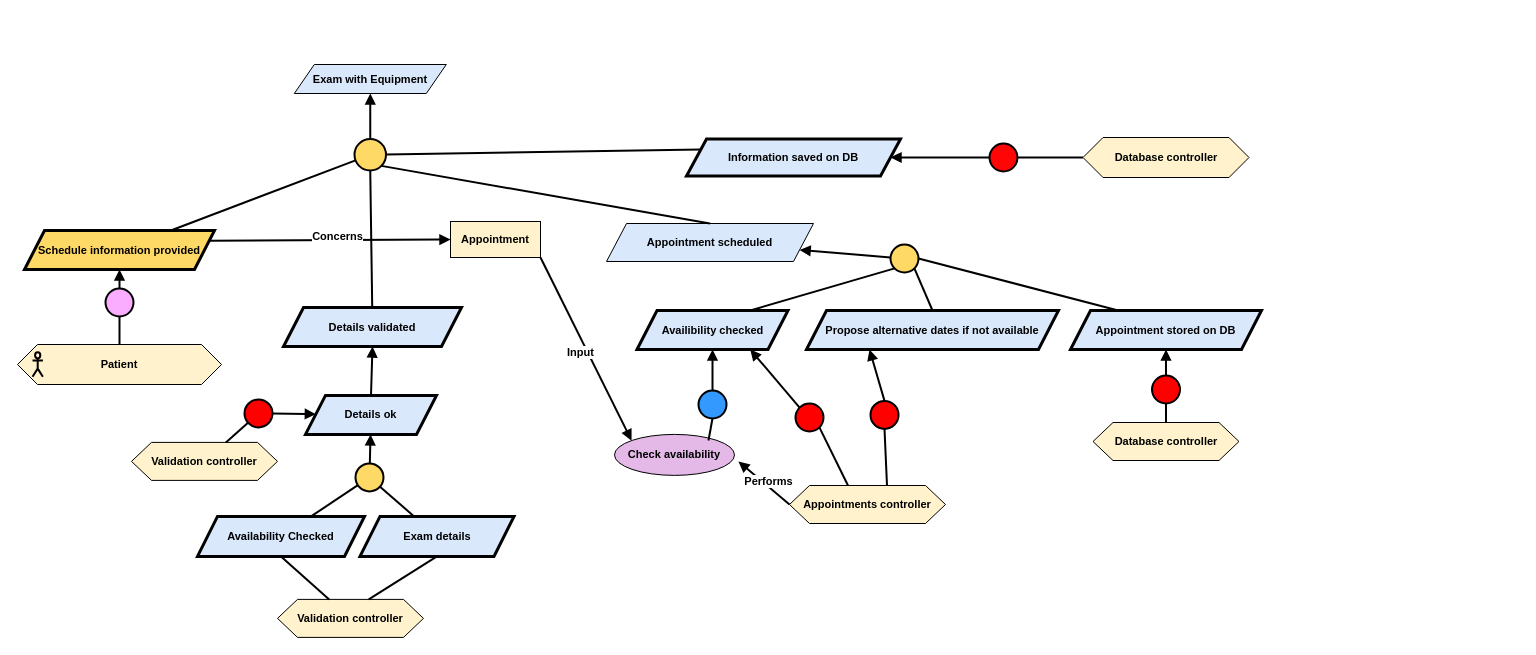
RafaelCMira/myclinic-msp-project keeps this draw.io diagram as Kaos/KAOS 4.drawio. Above is the earlier version. Source tidied: cells renumbered, new cells numbered last; positions are measured from the earlier drawing's top-left corner, leaving out a move shared by most shapes. Both pictures are drawn from the tidied source at 100%, with x=0, y=0 at pixel (17, 64).
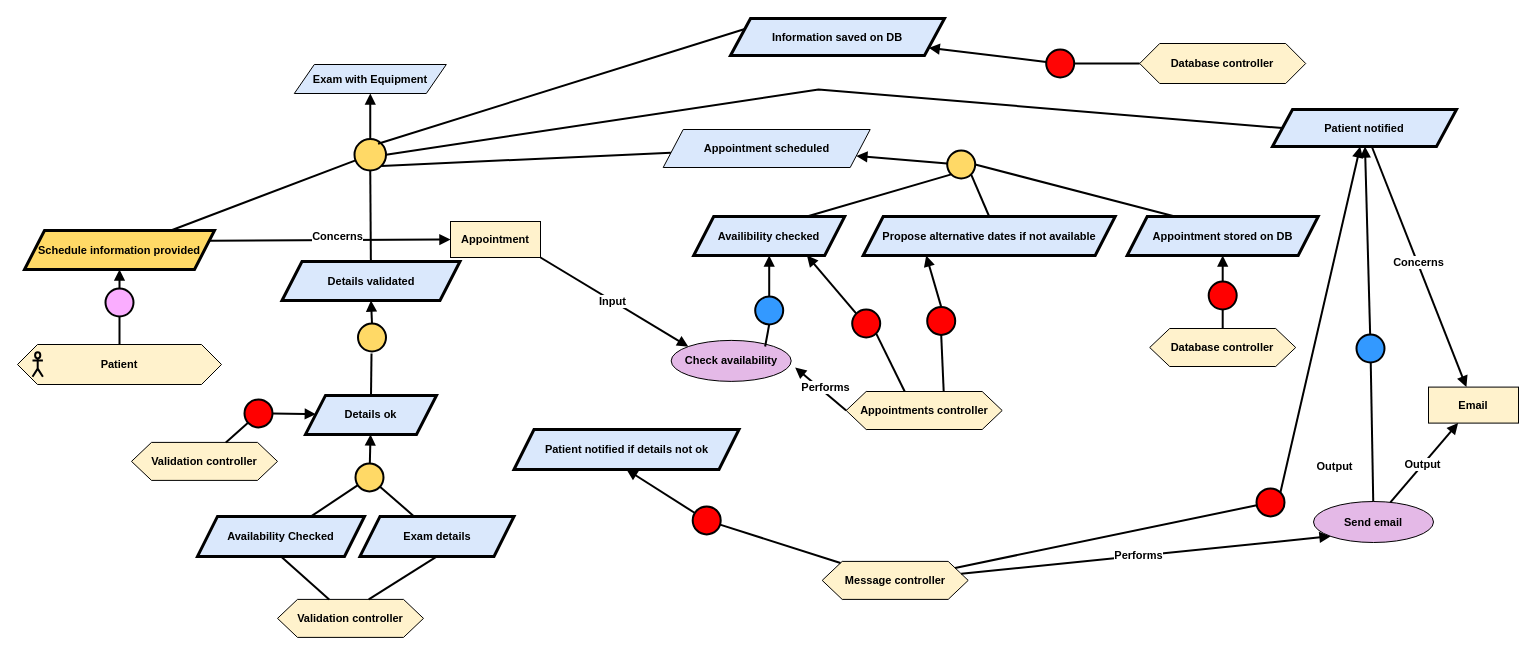
The same diagram, later.

Commit message:
Forgot something on KAOS 4

Unchanged cells that the change refers to:
```xml
<mxCell id="12" style="ellipse;whiteSpace=wrap;html=1;fillColor=#FFD966;strokeWidth=2;" parent="1" vertex="1">
  <mxGeometry x="337" y="74.5" width="31.5" height="31.5" as="geometry" />
</mxCell>
<mxCell id="23" value="&lt;b&gt;Details ok&lt;/b&gt;" style="shape=parallelogram;perimeter=parallelogramPerimeter;whiteSpace=wrap;html=1;fixedSize=1;fillColor=#dae8fc;strokeColor=#000000;strokeWidth=3;fontFamily=Helvetica;fontSize=11;fontColor=default;labelBackgroundColor=none;" parent="1" vertex="1">
  <mxGeometry x="288" y="330.9" width="131" height="39" as="geometry" />
</mxCell>
```

What changed in the source:
```diff
@@
     <mxCell id="5" value="&lt;b&gt;Details validated&lt;/b&gt;" style="shape=parallelogram;perimeter=parallelogramPerimeter;whiteSpace=wrap;html=1;fixedSize=1;fillColor=#dae8fc;strokeColor=#000000;strokeWidth=3;fontFamily=Helvetica;fontSize=11;fontColor=default;labelBackgroundColor=none;" parent="1" vertex="1">
-      <mxGeometry x="266" y="243" width="178" height="39" as="geometry" />
+      <mxGeometry x="264.5" y="197" width="178" height="39" as="geometry" />
     </mxCell>
@@
     <mxCell id="16" value="&lt;b&gt;Information saved on DB&lt;/b&gt;" style="shape=parallelogram;perimeter=parallelogramPerimeter;whiteSpace=wrap;html=1;fixedSize=1;fillColor=#dae8fc;strokeColor=#000000;strokeWidth=3;fontFamily=Helvetica;fontSize=11;fontColor=default;labelBackgroundColor=none;" parent="1" vertex="1">
-      <mxGeometry x="669" y="74.5" width="214" height="37" as="geometry" />
+      <mxGeometry x="713" y="-46" width="214" height="37" as="geometry" />
     </mxCell>
-    <mxCell id="17" style="endArrow=none;html=1;rounded=0;strokeWidth=2;exitX=0;exitY=0.25;exitDx=0;exitDy=0;" parent="1" edge="1" source="16" target="12">
+    <mxCell id="17" style="endArrow=none;html=1;rounded=0;strokeWidth=2;exitX=0;exitY=0.25;exitDx=0;exitDy=0;entryX=0.748;entryY=0.15;entryDx=0;entryDy=0;entryPerimeter=0;" parent="1" edge="1" source="16" target="12">
       <mxGeometry relative="1" as="geometry" />
     </mxCell>
     <mxCell id="18" value="&lt;div&gt;&lt;b&gt;Database controller&lt;/b&gt;&lt;/div&gt;" style="shape=hexagon;perimeter=hexagonPerimeter2;whiteSpace=wrap;html=1;fixedSize=1;fillColor=#FFF2CC;fontFamily=Helvetica;fontSize=11;fontColor=default;labelBackgroundColor=none;" parent="1" vertex="1">
-      <mxGeometry x="1065.5" y="73" width="166" height="40" as="geometry" />
+      <mxGeometry x="1122.2" y="-21" width="166" height="40" as="geometry" />
     </mxCell>
     <mxCell id="19" style="ellipse;whiteSpace=wrap;html=1;fillColor=#FF0505;strokeWidth=2;fontFamily=Helvetica;fontSize=11;fontColor=default;labelBackgroundColor=default;" parent="1" vertex="1">
-      <mxGeometry x="972" y="79" width="28" height="28" as="geometry" />
+      <mxGeometry x="1028.7" y="-15" width="28" height="28" as="geometry" />
     </mxCell>
@@
-    <mxCell id="22" style="endArrow=block;html=1;rounded=0;endFill=1;strokeWidth=2;entryX=0.5;entryY=1;entryDx=0;entryDy=0;exitX=0.5;exitY=0;exitDx=0;exitDy=0;" parent="1" edge="1" source="23" target="5">
+    <mxCell id="22" style="endArrow=block;html=1;rounded=0;endFill=1;strokeWidth=2;entryX=0.5;entryY=1;entryDx=0;entryDy=0;exitX=0.5;exitY=0;exitDx=0;exitDy=0;" parent="1" edge="1" source="68" target="5">
       <mxGeometry relative="1" as="geometry" />
     </mxCell>
@@
     <mxCell id="39" value="&lt;b&gt;Check availability&lt;/b&gt;" style="ellipse;whiteSpace=wrap;html=1;fillColor=#E4B9E7;strokeColor=#000000;fontFamily=Helvetica;fontSize=11;fontColor=default;labelBackgroundColor=none;" parent="1" vertex="1">
-      <mxGeometry x="597" y="369.9" width="120" height="41" as="geometry" />
+      <mxGeometry x="653.7" y="275.9" width="120" height="41" as="geometry" />
     </mxCell>
@@
     <mxCell id="42" value="&lt;b&gt;Appointment scheduled&lt;/b&gt;" style="shape=parallelogram;perimeter=parallelogramPerimeter;whiteSpace=wrap;html=1;fixedSize=1;fillColor=#dae8fc;strokeColor=#000000;fontFamily=Helvetica;fontSize=11;fontColor=default;labelBackgroundColor=none;" parent="1" vertex="1">
-      <mxGeometry x="589" y="159" width="207" height="38" as="geometry" />
+      <mxGeometry x="645.7" y="65" width="207" height="38" as="geometry" />
     </mxCell>
     <mxCell id="43" value="&lt;b&gt;Availibility checked&lt;/b&gt;" style="shape=parallelogram;perimeter=parallelogramPerimeter;whiteSpace=wrap;html=1;fixedSize=1;fillColor=#dae8fc;strokeColor=#000000;strokeWidth=3;fontFamily=Helvetica;fontSize=11;fontColor=default;labelBackgroundColor=none;" parent="1" vertex="1">
-      <mxGeometry x="619.5" y="246" width="151" height="39" as="geometry" />
+      <mxGeometry x="676.2" y="152" width="151" height="39" as="geometry" />
     </mxCell>
     <mxCell id="44" style="ellipse;whiteSpace=wrap;html=1;fillColor=#FFD966;strokeWidth=2;" parent="1" vertex="1">
-      <mxGeometry x="873" y="180" width="28" height="28" as="geometry" />
+      <mxGeometry x="929.7" y="86" width="28" height="28" as="geometry" />
     </mxCell>
@@
     <mxCell id="46" value="&lt;div&gt;&lt;b&gt;Appointments controller&lt;/b&gt;&lt;/div&gt;" style="shape=hexagon;perimeter=hexagonPerimeter2;whiteSpace=wrap;html=1;fixedSize=1;fillColor=#FFF2CC;fontFamily=Helvetica;fontSize=11;fontColor=default;labelBackgroundColor=none;" parent="1" vertex="1">
-      <mxGeometry x="772" y="421" width="156" height="38" as="geometry" />
+      <mxGeometry x="828.7" y="327" width="156" height="38" as="geometry" />
     </mxCell>
     <mxCell id="47" style="ellipse;whiteSpace=wrap;html=1;fillColor=#FF0000;strokeWidth=2;" parent="1" vertex="1">
-      <mxGeometry x="778" y="339" width="28" height="28" as="geometry" />
+      <mxGeometry x="834.7" y="245" width="28" height="28" as="geometry" />
     </mxCell>
     <mxCell id="48" value="&lt;b&gt;Appointment stored on DB&lt;/b&gt;" style="shape=parallelogram;perimeter=parallelogramPerimeter;whiteSpace=wrap;html=1;fixedSize=1;fillColor=#dae8fc;strokeColor=#000000;strokeWidth=3;fontFamily=Helvetica;fontSize=11;fontColor=default;labelBackgroundColor=none;" parent="1" vertex="1">
-      <mxGeometry x="1053" y="246" width="191" height="39" as="geometry" />
+      <mxGeometry x="1109.7" y="152" width="191" height="39" as="geometry" />
     </mxCell>
     <mxCell id="49" style="ellipse;whiteSpace=wrap;html=1;fillColor=#FF0000;strokeWidth=2;" parent="1" vertex="1">
-      <mxGeometry x="1134.5" y="311" width="28" height="28" as="geometry" />
+      <mxGeometry x="1191.2" y="217" width="28" height="28" as="geometry" />
     </mxCell>
     <mxCell id="50" value="&lt;div&gt;&lt;b&gt;Database controller&lt;/b&gt;&lt;/div&gt;" style="shape=hexagon;perimeter=hexagonPerimeter2;whiteSpace=wrap;html=1;fixedSize=1;fillColor=#FFF2CC;fontFamily=Helvetica;fontSize=11;fontColor=default;labelBackgroundColor=none;" parent="1" vertex="1">
-      <mxGeometry x="1075.5" y="358" width="146" height="38" as="geometry" />
+      <mxGeometry x="1132.2" y="264" width="146" height="38" as="geometry" />
     </mxCell>
     <mxCell id="51" value="&lt;b&gt;Propose alternative dates if not available&lt;/b&gt;" style="shape=parallelogram;perimeter=parallelogramPerimeter;whiteSpace=wrap;html=1;fixedSize=1;fillColor=#dae8fc;strokeColor=#000000;strokeWidth=3;fontFamily=Helvetica;fontSize=11;fontColor=default;labelBackgroundColor=none;" parent="1" vertex="1">
-      <mxGeometry x="789" y="246" width="252" height="39" as="geometry" />
+      <mxGeometry x="845.7" y="152" width="252" height="39" as="geometry" />
     </mxCell>
     <mxCell id="52" style="ellipse;whiteSpace=wrap;html=1;fillColor=#FF0000;strokeWidth=2;" parent="1" vertex="1">
-      <mxGeometry x="853" y="336.4" width="28" height="28" as="geometry" />
+      <mxGeometry x="909.7" y="242.4" width="28" height="28" as="geometry" />
     </mxCell>
     <mxCell id="53" style="ellipse;whiteSpace=wrap;html=1;fillColor=#3399FF;strokeWidth=2;" parent="1" vertex="1">
-      <mxGeometry x="681" y="326" width="28" height="28" as="geometry" />
+      <mxGeometry x="737.7" y="232" width="28" height="28" as="geometry" />
     </mxCell>
@@
-    <mxCell id="66" style="endArrow=none;html=1;rounded=0;strokeWidth=2;exitX=0.5;exitY=0;exitDx=0;exitDy=0;entryX=1;entryY=1;entryDx=0;entryDy=0;" parent="1" edge="1" source="42" target="12">
+    <mxCell id="66" style="endArrow=none;html=1;rounded=0;strokeWidth=2;entryX=1;entryY=1;entryDx=0;entryDy=0;" parent="1" edge="1" source="42" target="12">
       <mxGeometry relative="1" as="geometry" />
     </mxCell>
@@
+    <mxCell id="68" style="ellipse;whiteSpace=wrap;html=1;fillColor=#FFD966;strokeWidth=2;" parent="1" vertex="1">
+      <mxGeometry x="340.5" y="259" width="28" height="28" as="geometry" />
+    </mxCell>
+    <mxCell id="69" style="endArrow=none;html=1;rounded=0;strokeWidth=2;exitX=0.5;exitY=0;exitDx=0;exitDy=0;" parent="1" edge="1" source="23">
+      <mxGeometry relative="1" as="geometry">
+        <mxPoint x="354" y="289" as="targetPoint" />
+      </mxGeometry>
+    </mxCell>
+    <mxCell id="70" value="&lt;b&gt;Patient notified if details not ok&lt;/b&gt;" style="shape=parallelogram;perimeter=parallelogramPerimeter;whiteSpace=wrap;html=1;fixedSize=1;fillColor=#dae8fc;strokeColor=#000000;strokeWidth=3;fontFamily=Helvetica;fontSize=11;fontColor=default;labelBackgroundColor=none;" parent="1" vertex="1">
+      <mxGeometry x="496.5" y="365" width="225" height="40" as="geometry" />
+    </mxCell>
+    <mxCell id="71" value="&lt;div&gt;&lt;b&gt;Message controller&lt;/b&gt;&lt;/div&gt;" style="shape=hexagon;perimeter=hexagonPerimeter2;whiteSpace=wrap;html=1;fixedSize=1;fillColor=#FFF2CC;fontFamily=Helvetica;fontSize=11;fontColor=default;labelBackgroundColor=none;" parent="1" vertex="1">
+      <mxGeometry x="804.7" y="496.9" width="146" height="38" as="geometry" />
+    </mxCell>
+    <mxCell id="72" style="ellipse;whiteSpace=wrap;html=1;fillColor=#FF0000;strokeWidth=2;" parent="1" vertex="1">
+      <mxGeometry x="675.2" y="441.9" width="28" height="28" as="geometry" />
+    </mxCell>
+    <mxCell id="73" style="endArrow=block;html=1;rounded=0;endFill=1;strokeWidth=2;entryX=0.5;entryY=1;entryDx=0;entryDy=0;" parent="1" edge="1" source="72" target="70">
+      <mxGeometry relative="1" as="geometry" />
+    </mxCell>
+    <mxCell id="74" style="endArrow=none;html=1;rounded=0;strokeWidth=2;" parent="1" edge="1" source="71" target="72">
+      <mxGeometry relative="1" as="geometry" />
+    </mxCell>
+    <mxCell id="75" style="ellipse;whiteSpace=wrap;html=1;fillColor=#FF0000;strokeWidth=2;" parent="1" vertex="1">
+      <mxGeometry x="1239" y="423.9" width="28" height="28" as="geometry" />
+    </mxCell>
+    <mxCell id="76" style="endArrow=none;html=1;rounded=0;strokeWidth=2;" parent="1" edge="1" source="71" target="75">
+      <mxGeometry relative="1" as="geometry" />
+    </mxCell>
+    <mxCell id="77" value="&lt;b&gt;Output&lt;/b&gt;" style="edgeLabel;html=1;align=center;verticalAlign=middle;" parent="1" vertex="1">
+      <mxGeometry x="1316.8" y="401.1" as="geometry" />
+    </mxCell>
+    <mxCell id="78" style="endArrow=block;html=1;rounded=0;endFill=1;strokeWidth=2;entryX=0;entryY=1;entryDx=0;entryDy=0;" parent="1" edge="1" source="71" target="85">
+      <mxGeometry relative="1" as="geometry" />
+    </mxCell>
+    <mxCell id="79" value="&lt;b&gt;Performs&lt;/b&gt;" style="edgeLabel;html=1;align=center;verticalAlign=middle;" parent="78" vertex="1">
+      <mxGeometry x="-0.04" y="1" relative="1" as="geometry" />
+    </mxCell>
+    <mxCell id="80" value="&lt;b&gt;Patient notified&lt;/b&gt;" style="shape=parallelogram;perimeter=parallelogramPerimeter;whiteSpace=wrap;html=1;fixedSize=1;fillColor=#dae8fc;strokeColor=#000000;strokeWidth=3;fontFamily=Helvetica;fontSize=11;fontColor=default;labelBackgroundColor=none;" parent="1" vertex="1">
+      <mxGeometry x="1255" y="45" width="184" height="37" as="geometry" />
+    </mxCell>
+    <mxCell id="81" style="endArrow=block;html=1;rounded=0;endFill=1;strokeWidth=2;exitX=1;exitY=0;exitDx=0;exitDy=0;" parent="1" edge="1" source="75" target="80">
+      <mxGeometry relative="1" as="geometry" />
+    </mxCell>
+    <mxCell id="82" value="&lt;b&gt;Email&lt;/b&gt;" style="rounded=0;whiteSpace=wrap;html=1;fillColor=#FFF2CC;fontFamily=Helvetica;fontSize=11;fontColor=default;labelBackgroundColor=none;" parent="1" vertex="1">
+      <mxGeometry x="1411" y="322.6" width="90" height="36" as="geometry" />
+    </mxCell>
+    <mxCell id="83" style="endArrow=block;html=1;rounded=0;endFill=1;strokeWidth=2;" parent="1" edge="1" source="80" target="82">
+      <mxGeometry relative="1" as="geometry" />
+    </mxCell>
+    <mxCell id="84" value="&lt;b&gt;Concerns&lt;/b&gt;" style="edgeLabel;html=1;align=center;verticalAlign=middle;" parent="83" vertex="1">
+      <mxGeometry x="-0.04" y="1" relative="1" as="geometry" />
+    </mxCell>
+    <mxCell id="85" value="&lt;b&gt;Send email&lt;/b&gt;" style="ellipse;whiteSpace=wrap;html=1;fillColor=#E4B9E7;strokeColor=#000000;fontFamily=Helvetica;fontSize=11;fontColor=default;labelBackgroundColor=none;" parent="1" vertex="1">
+      <mxGeometry x="1296" y="437" width="120" height="41" as="geometry" />
+    </mxCell>
+    <mxCell id="86" style="endArrow=block;html=1;rounded=0;endFill=1;strokeWidth=2;" parent="1" edge="1" source="85" target="82">
+      <mxGeometry relative="1" as="geometry" />
+    </mxCell>
+    <mxCell id="87" value="&lt;b&gt;Output&lt;/b&gt;" style="edgeLabel;html=1;align=center;verticalAlign=middle;" parent="86" vertex="1">
+      <mxGeometry x="-0.04" y="1" relative="1" as="geometry" />
+    </mxCell>
+    <mxCell id="88" style="ellipse;whiteSpace=wrap;html=1;fillColor=#3399FF;strokeWidth=2;" parent="1" vertex="1">
+      <mxGeometry x="1339" y="270" width="28" height="28" as="geometry" />
+    </mxCell>
+    <mxCell id="89" style="endArrow=block;html=1;rounded=0;endFill=1;strokeWidth=2;" parent="1" edge="1" source="88" target="80">
+      <mxGeometry relative="1" as="geometry" />
+    </mxCell>
+    <mxCell id="90" style="endArrow=none;html=1;rounded=0;strokeWidth=2;" parent="1" edge="1" source="85" target="88">
+      <mxGeometry relative="1" as="geometry" />
+    </mxCell>
+    <mxCell id="91" style="endArrow=none;html=1;rounded=0;strokeWidth=2;entryX=1;entryY=0.5;entryDx=0;entryDy=0;exitX=0;exitY=0.5;exitDx=0;exitDy=0;" parent="1" edge="1" source="80" target="12">
+      <mxGeometry relative="1" as="geometry">
+        <Array as="points">
+          <mxPoint x="801" y="25" />
+        </Array>
+      </mxGeometry>
+    </mxCell>
```
